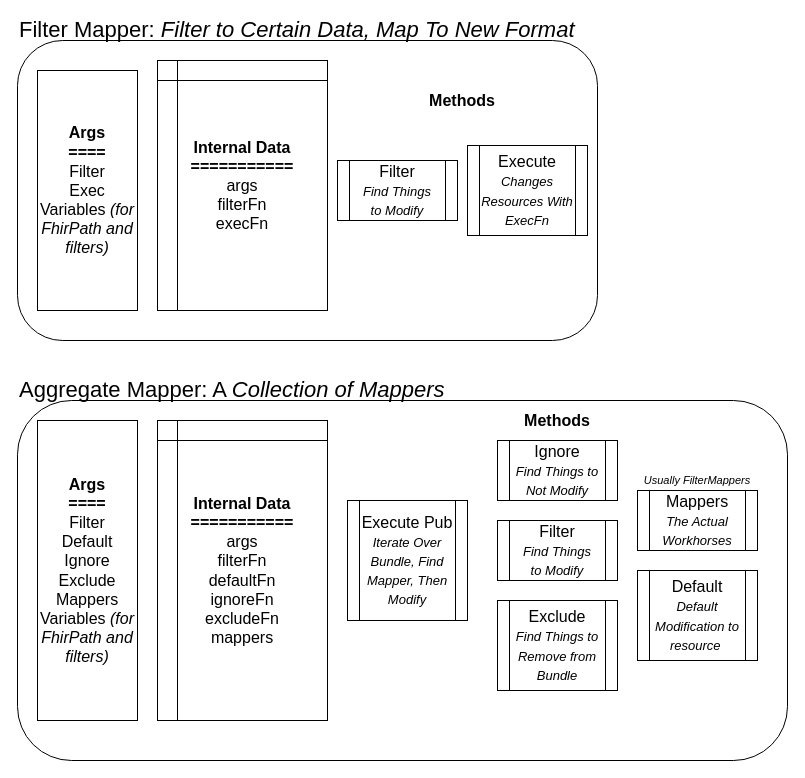
standardhealth/fhir-mapper keeps this draw.io diagram as docs/Mappers.drawio. Above is the earlier version. Source tidied: cells renumbered, new cells numbered last; positions are measured from the earlier drawing's top-left corner, leaving out a move shared by most shapes. Both pictures are drawn from the tidied source at 100%, with x=0, y=0 at pixel (17, 20).
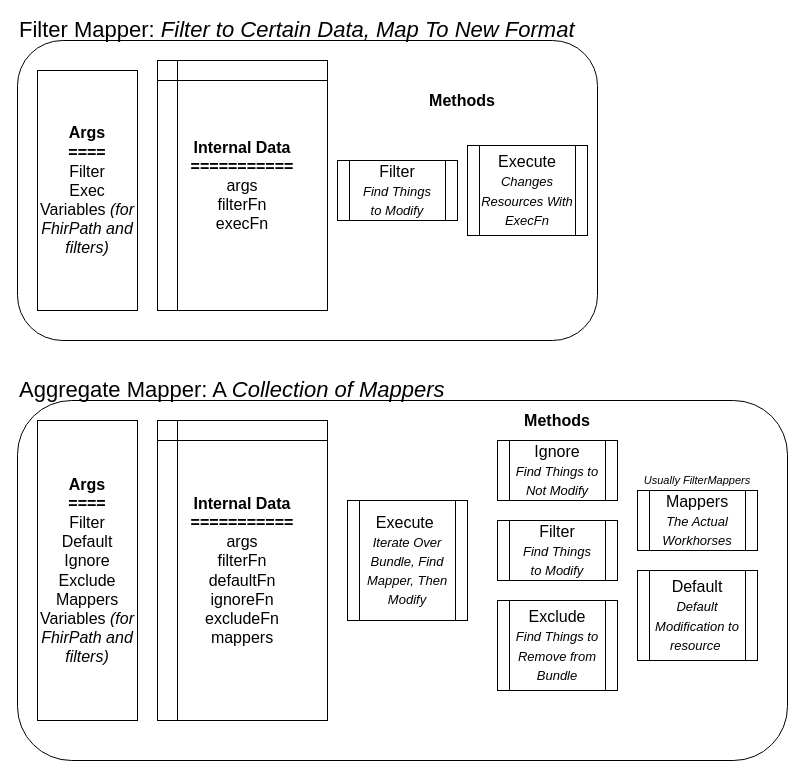
The same diagram, later.

Commit message (it also covers changes not shown here):
remove PUB keyword

The edit, as a diff of the source:
```diff
@@
-    <mxCell id="10" value="&lt;div&gt;Execute Pub&lt;font size=&quot;1&quot;&gt;&lt;i&gt; &lt;/i&gt;&lt;i style=&quot;font-size: 13px&quot;&gt;Iterate Over Bundle, Find Mapper, Then Modify&lt;/i&gt;&lt;/font&gt;&lt;/div&gt;" style="shape=process;whiteSpace=wrap;html=1;backgroundOutline=1;fontSize=16;align=center;" parent="1" vertex="1">
+    <mxCell id="10" value="&lt;div&gt;Execute&amp;nbsp;&lt;font size=&quot;1&quot;&gt;&lt;i&gt; &lt;/i&gt;&lt;i style=&quot;font-size: 13px&quot;&gt;Iterate Over Bundle, Find Mapper, Then Modify&lt;/i&gt;&lt;/font&gt;&lt;/div&gt;" style="shape=process;whiteSpace=wrap;html=1;backgroundOutline=1;fontSize=16;align=center;" parent="1" vertex="1">
       <mxGeometry x="330" y="480" width="120" height="120" as="geometry" />
     </mxCell>
```
